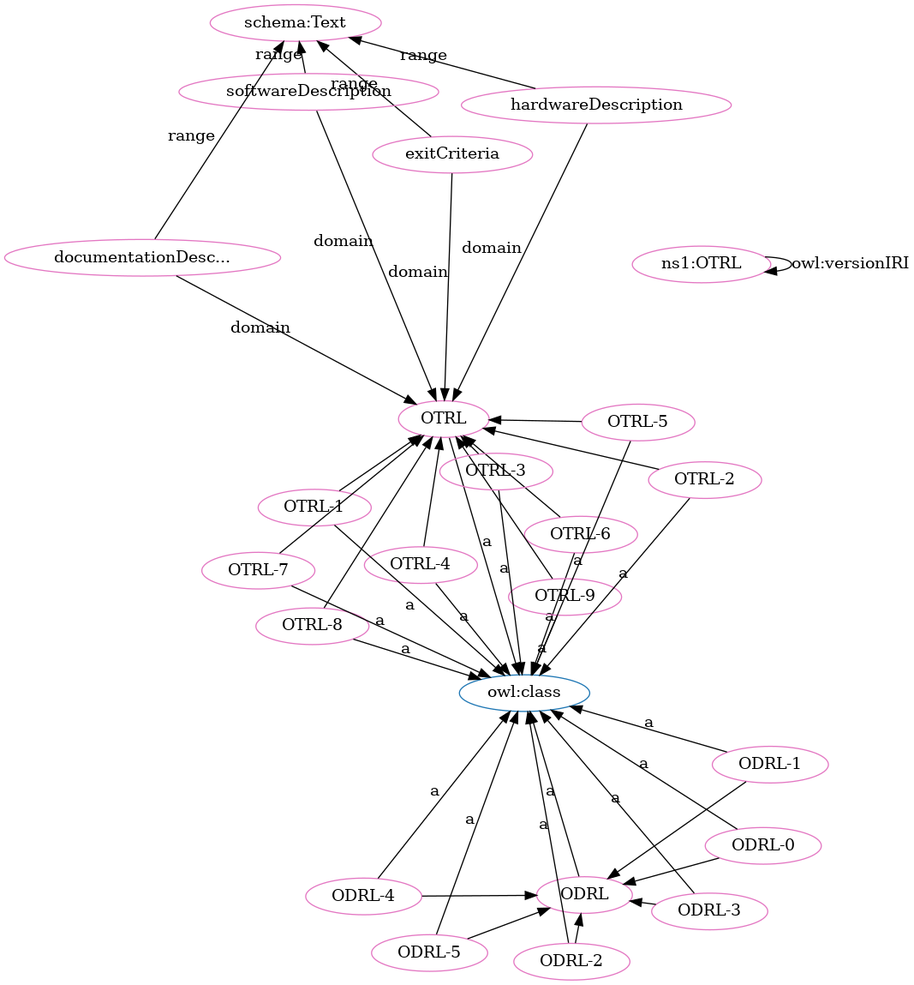
OPEN-NEXT/OKH-LOSH keeps this Graphviz diagram as OTRL-clean.png. Above is the earlier version. Its source is kept beside it as OTRL-clean.dot.
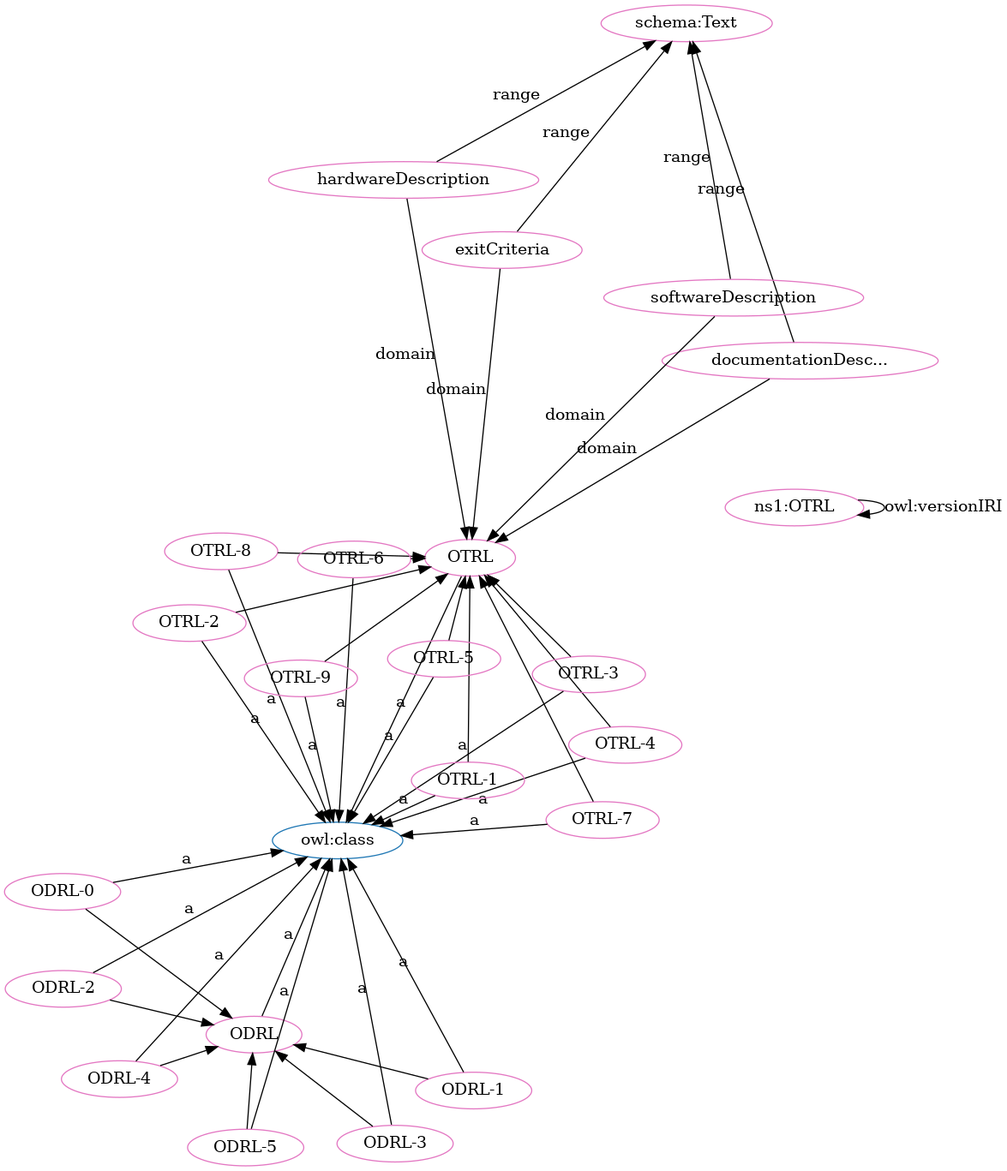
The same diagram one commit later.

What changed in the source:
```diff
@@ -4,68 +4,68 @@
 "http://www.w3.org/2002/07/owl#class" [fillcolor="#1f77b4" color="#1f77b4" label="owl:class"]
 "http://purl.org/oseg/ontologies/OTRL#OTRL" [fillcolor="#1f77b4" color="#1f77b4" label="OTRL"]
 "http://purl.org/oseg/ontologies/OTRL#ODRL" [fillcolor="#1f77b4" color="#1f77b4" label="ODRL"]
+"http://purl.org/oseg/ontologies/OTRL#OTRL" [fillcolor="#e377c2" color="#e377c2" label="OTRL"]
 "http://purl.org/oseg/ontologies/OTRL#exitCriteria" [fillcolor="#e377c2" color="#e377c2" label="exitCriteria"]
-"http://purl.org/oseg/ontologies/OTRL#OTRL" [fillcolor="#e377c2" color="#e377c2" label="OTRL"]
+"http://purl.org/oseg/ontologies/OTRL#ODRL" [fillcolor="#e377c2" color="#e377c2" label="ODRL"]
+"http://purl.org/oseg/ontologies/OTRL#OTRL-7" [fillcolor="#e377c2" color="#e377c2" label="OTRL-7"]
+"http://purl.org/oseg/ontologies/OTRL#ODRL-2" [fillcolor="#e377c2" color="#e377c2" label="ODRL-2"]
+"http://purl.org/oseg/ontologies/OTRL#documentationDescription" [fillcolor="#e377c2" color="#e377c2" label="documentationDesc..."]
+"http://schema.org/Text" [fillcolor="#e377c2" color="#e377c2" label="schema:Text"]
+"http://purl.org/oseg/ontologies/OTRL" [fillcolor="#e377c2" color="#e377c2" label="ns1:OTRL"]
+"http://purl.org/oseg/ontologies/OTRL#ODRL-1" [fillcolor="#e377c2" color="#e377c2" label="ODRL-1"]
+"http://purl.org/oseg/ontologies/OTRL#OTRL-4" [fillcolor="#e377c2" color="#e377c2" label="OTRL-4"]
+"http://purl.org/oseg/ontologies/OTRL#hardwareDescription" [fillcolor="#e377c2" color="#e377c2" label="hardwareDescription"]
 "http://purl.org/oseg/ontologies/OTRL#ODRL-0" [fillcolor="#e377c2" color="#e377c2" label="ODRL-0"]
-"http://purl.org/oseg/ontologies/OTRL" [fillcolor="#e377c2" color="#e377c2" label="ns1:OTRL"]
-"http://purl.org/oseg/ontologies/OTRL#ODRL" [fillcolor="#e377c2" color="#e377c2" label="ODRL"]
-"http://purl.org/oseg/ontologies/OTRL#OTRL-4" [fillcolor="#e377c2" color="#e377c2" label="OTRL-4"]
+"http://purl.org/oseg/ontologies/OTRL#OTRL-3" [fillcolor="#e377c2" color="#e377c2" label="OTRL-3"]
+"http://purl.org/oseg/ontologies/OTRL#OTRL-1" [fillcolor="#e377c2" color="#e377c2" label="OTRL-1"]
+"http://purl.org/oseg/ontologies/OTRL#OTRL-8" [fillcolor="#e377c2" color="#e377c2" label="OTRL-8"]
+"http://purl.org/oseg/ontologies/OTRL#OTRL-2" [fillcolor="#e377c2" color="#e377c2" label="OTRL-2"]
+"http://purl.org/oseg/ontologies/OTRL#ODRL-3" [fillcolor="#e377c2" color="#e377c2" label="ODRL-3"]
 "http://purl.org/oseg/ontologies/OTRL#OTRL-6" [fillcolor="#e377c2" color="#e377c2" label="OTRL-6"]
-"http://purl.org/oseg/ontologies/OTRL#ODRL-2" [fillcolor="#e377c2" color="#e377c2" label="ODRL-2"]
-"http://purl.org/oseg/ontologies/OTRL#OTRL-8" [fillcolor="#e377c2" color="#e377c2" label="OTRL-8"]
-"http://schema.org/Text" [fillcolor="#e377c2" color="#e377c2" label="schema:Text"]
+"http://purl.org/oseg/ontologies/OTRL#softwareDescription" [fillcolor="#e377c2" color="#e377c2" label="softwareDescription"]
+"http://purl.org/oseg/ontologies/OTRL#OTRL-5" [fillcolor="#e377c2" color="#e377c2" label="OTRL-5"]
 "http://purl.org/oseg/ontologies/OTRL#ODRL-4" [fillcolor="#e377c2" color="#e377c2" label="ODRL-4"]
-"http://purl.org/oseg/ontologies/OTRL#softwareDescription" [fillcolor="#e377c2" color="#e377c2" label="softwareDescription"]
-"http://purl.org/oseg/ontologies/OTRL#ODRL-3" [fillcolor="#e377c2" color="#e377c2" label="ODRL-3"]
-"http://purl.org/oseg/ontologies/OTRL#ODRL-1" [fillcolor="#e377c2" color="#e377c2" label="ODRL-1"]
-"http://purl.org/oseg/ontologies/OTRL#hardwareDescription" [fillcolor="#e377c2" color="#e377c2" label="hardwareDescription"]
-"http://purl.org/oseg/ontologies/OTRL#OTRL-1" [fillcolor="#e377c2" color="#e377c2" label="OTRL-1"]
 "http://purl.org/oseg/ontologies/OTRL#ODRL-5" [fillcolor="#e377c2" color="#e377c2" label="ODRL-5"]
-"http://purl.org/oseg/ontologies/OTRL#documentationDescription" [fillcolor="#e377c2" color="#e377c2" label="documentationDesc..."]
-"http://purl.org/oseg/ontologies/OTRL#OTRL-7" [fillcolor="#e377c2" color="#e377c2" label="OTRL-7"]
 "http://purl.org/oseg/ontologies/OTRL#OTRL-9" [fillcolor="#e377c2" color="#e377c2" label="OTRL-9"]
-"http://purl.org/oseg/ontologies/OTRL#OTRL-3" [fillcolor="#e377c2" color="#e377c2" label="OTRL-3"]
-"http://purl.org/oseg/ontologies/OTRL#OTRL-5" [fillcolor="#e377c2" color="#e377c2" label="OTRL-5"]
-"http://purl.org/oseg/ontologies/OTRL#OTRL-2" [fillcolor="#e377c2" color="#e377c2" label="OTRL-2"]
+  "http://purl.org/oseg/ontologies/OTRL#OTRL-5" -> "http://purl.org/oseg/ontologies/OTRL#OTRL" [label=""]
+  "http://purl.org/oseg/ontologies/OTRL#ODRL-1" -> "http://purl.org/oseg/ontologies/OTRL#ODRL" [label=""]
+  "http://purl.org/oseg/ontologies/OTRL#OTRL-7" -> "http://www.w3.org/2002/07/owl#class" [label="a"]
+  "http://purl.org/oseg/ontologies/OTRL#ODRL-2" -> "http://www.w3.org/2002/07/owl#class" [label="a"]
+  "http://purl.org/oseg/ontologies/OTRL#hardwareDescription" -> "http://schema.org/Text" [label="range"]
+  "http://purl.org/oseg/ontologies/OTRL#ODRL-2" -> "http://purl.org/oseg/ontologies/OTRL#ODRL" [label=""]
   "http://purl.org/oseg/ontologies/OTRL#OTRL-9" -> "http://purl.org/oseg/ontologies/OTRL#OTRL" [label=""]
+  "http://purl.org/oseg/ontologies/OTRL#OTRL-4" -> "http://www.w3.org/2002/07/owl#class" [label="a"]
+  "http://purl.org/oseg/ontologies/OTRL#documentationDescription" -> "http://purl.org/oseg/ontologies/OTRL#OTRL" [label="domain"]
+  "http://purl.org/oseg/ontologies/OTRL#OTRL-7" -> "http://purl.org/oseg/ontologies/OTRL#OTRL" [label=""]
+  "http://purl.org/oseg/ontologies/OTRL#OTRL-2" -> "http://www.w3.org/2002/07/owl#class" [label="a"]
+  "http://purl.org/oseg/ontologies/OTRL#ODRL-3" -> "http://www.w3.org/2002/07/owl#class" [label="a"]
+  "http://purl.org/oseg/ontologies/OTRL#ODRL-0" -> "http://purl.org/oseg/ontologies/OTRL#ODRL" [label=""]
+  "http://purl.org/oseg/ontologies/OTRL#OTRL-6" -> "http://www.w3.org/2002/07/owl#class" [label="a"]
+  "http://purl.org/oseg/ontologies/OTRL#ODRL-4" -> "http://www.w3.org/2002/07/owl#class" [label="a"]
+  "http://purl.org/oseg/ontologies/OTRL#OTRL-1" -> "http://purl.org/oseg/ontologies/OTRL#OTRL" [label=""]
+  "http://purl.org/oseg/ontologies/OTRL#softwareDescription" -> "http://purl.org/oseg/ontologies/OTRL#OTRL" [label="domain"]
+  "http://purl.org/oseg/ontologies/OTRL#OTRL-8" -> "http://purl.org/oseg/ontologies/OTRL#OTRL" [label=""]
+  "http://purl.org/oseg/ontologies/OTRL#ODRL-5" -> "http://www.w3.org/2002/07/owl#class" [label="a"]
+  "http://purl.org/oseg/ontologies/OTRL#OTRL-9" -> "http://www.w3.org/2002/07/owl#class" [label="a"]
+  "http://purl.org/oseg/ontologies/OTRL" -> "http://purl.org/oseg/ontologies/OTRL" [label="owl:versionIRI"]
+  "http://purl.org/oseg/ontologies/OTRL#ODRL-5" -> "http://purl.org/oseg/ontologies/OTRL#ODRL" [label=""]
+  "http://purl.org/oseg/ontologies/OTRL#exitCriteria" -> "http://purl.org/oseg/ontologies/OTRL#OTRL" [label="domain"]
+  "http://purl.org/oseg/ontologies/OTRL#OTRL-2" -> "http://purl.org/oseg/ontologies/OTRL#OTRL" [label=""]
+  "http://purl.org/oseg/ontologies/OTRL#exitCriteria" -> "http://schema.org/Text" [label="range"]
+  "http://purl.org/oseg/ontologies/OTRL#ODRL-1" -> "http://www.w3.org/2002/07/owl#class" [label="a"]
   "http://purl.org/oseg/ontologies/OTRL#ODRL-0" -> "http://www.w3.org/2002/07/owl#class" [label="a"]
-  "http://purl.org/oseg/ontologies/OTRL#OTRL-6" -> "http://www.w3.org/2002/07/owl#class" [label="a"]
-  "http://purl.org/oseg/ontologies/OTRL#ODRL-2" -> "http://www.w3.org/2002/07/owl#class" [label="a"]
-  "http://purl.org/oseg/ontologies/OTRL#OTRL-1" -> "http://purl.org/oseg/ontologies/OTRL#OTRL" [label=""]
-  "http://purl.org/oseg/ontologies/OTRL#documentationDescription" -> "http://purl.org/oseg/ontologies/OTRL#OTRL" [label="domain"]
+  "http://purl.org/oseg/ontologies/OTRL#OTRL-3" -> "http://www.w3.org/2002/07/owl#class" [label="a"]
+  "http://purl.org/oseg/ontologies/OTRL#OTRL-1" -> "http://www.w3.org/2002/07/owl#class" [label="a"]
+  "http://purl.org/oseg/ontologies/OTRL#OTRL-8" -> "http://www.w3.org/2002/07/owl#class" [label="a"]
   "http://purl.org/oseg/ontologies/OTRL#softwareDescription" -> "http://schema.org/Text" [label="range"]
-  "http://purl.org/oseg/ontologies/OTRL#ODRL-4" -> "http://www.w3.org/2002/07/owl#class" [label="a"]
   "http://purl.org/oseg/ontologies/OTRL#OTRL-6" -> "http://purl.org/oseg/ontologies/OTRL#OTRL" [label=""]
-  "http://purl.org/oseg/ontologies/OTRL#ODRL-3" -> "http://www.w3.org/2002/07/owl#class" [label="a"]
+  "http://purl.org/oseg/ontologies/OTRL#OTRL" -> "http://www.w3.org/2002/07/owl#class" [label="a"]
+  "http://purl.org/oseg/ontologies/OTRL#hardwareDescription" -> "http://purl.org/oseg/ontologies/OTRL#OTRL" [label="domain"]
+  "http://purl.org/oseg/ontologies/OTRL#ODRL-3" -> "http://purl.org/oseg/ontologies/OTRL#ODRL" [label=""]
+  "http://purl.org/oseg/ontologies/OTRL#OTRL-5" -> "http://www.w3.org/2002/07/owl#class" [label="a"]
+  "http://purl.org/oseg/ontologies/OTRL#OTRL-4" -> "http://purl.org/oseg/ontologies/OTRL#OTRL" [label=""]
   "http://purl.org/oseg/ontologies/OTRL#OTRL-3" -> "http://purl.org/oseg/ontologies/OTRL#OTRL" [label=""]
-  "http://purl.org/oseg/ontologies/OTRL#ODRL-5" -> "http://purl.org/oseg/ontologies/OTRL#ODRL" [label=""]
-  "http://purl.org/oseg/ontologies/OTRL#OTRL-1" -> "http://www.w3.org/2002/07/owl#class" [label="a"]
-  "http://purl.org/oseg/ontologies/OTRL#softwareDescription" -> "http://purl.org/oseg/ontologies/OTRL#OTRL" [label="domain"]
+  "http://purl.org/oseg/ontologies/OTRL#ODRL" -> "http://www.w3.org/2002/07/owl#class" [label="a"]
   "http://purl.org/oseg/ontologies/OTRL#documentationDescription" -> "http://schema.org/Text" [label="range"]
-  "http://purl.org/oseg/ontologies/OTRL#OTRL-2" -> "http://purl.org/oseg/ontologies/OTRL#OTRL" [label=""]
-  "http://purl.org/oseg/ontologies/OTRL#OTRL-3" -> "http://www.w3.org/2002/07/owl#class" [label="a"]
-  "http://purl.org/oseg/ontologies/OTRL#OTRL-5" -> "http://www.w3.org/2002/07/owl#class" [label="a"]
-  "http://purl.org/oseg/ontologies/OTRL#OTRL-7" -> "http://purl.org/oseg/ontologies/OTRL#OTRL" [label=""]
-  "http://purl.org/oseg/ontologies/OTRL#exitCriteria" -> "http://schema.org/Text" [label="range"]
-  "http://purl.org/oseg/ontologies/OTRL#OTRL-2" -> "http://www.w3.org/2002/07/owl#class" [label="a"]
-  "http://purl.org/oseg/ontologies/OTRL#hardwareDescription" -> "http://schema.org/Text" [label="range"]
-  "http://purl.org/oseg/ontologies/OTRL" -> "http://purl.org/oseg/ontologies/OTRL" [label="owl:versionIRI"]
-  "http://purl.org/oseg/ontologies/OTRL#ODRL-1" -> "http://purl.org/oseg/ontologies/OTRL#ODRL" [label=""]
-  "http://purl.org/oseg/ontologies/OTRL#OTRL-4" -> "http://www.w3.org/2002/07/owl#class" [label="a"]
-  "http://purl.org/oseg/ontologies/OTRL#exitCriteria" -> "http://purl.org/oseg/ontologies/OTRL#OTRL" [label="domain"]
-  "http://purl.org/oseg/ontologies/OTRL#OTRL-5" -> "http://purl.org/oseg/ontologies/OTRL#OTRL" [label=""]
-  "http://purl.org/oseg/ontologies/OTRL#hardwareDescription" -> "http://purl.org/oseg/ontologies/OTRL#OTRL" [label="domain"]
-  "http://purl.org/oseg/ontologies/OTRL#ODRL-2" -> "http://purl.org/oseg/ontologies/OTRL#ODRL" [label=""]
-  "http://purl.org/oseg/ontologies/OTRL#OTRL-8" -> "http://www.w3.org/2002/07/owl#class" [label="a"]
-  "http://purl.org/oseg/ontologies/OTRL#OTRL-4" -> "http://purl.org/oseg/ontologies/OTRL#OTRL" [label=""]
-  "http://purl.org/oseg/ontologies/OTRL#ODRL-3" -> "http://purl.org/oseg/ontologies/OTRL#ODRL" [label=""]
-  "http://purl.org/oseg/ontologies/OTRL#ODRL-0" -> "http://purl.org/oseg/ontologies/OTRL#ODRL" [label=""]
-  "http://purl.org/oseg/ontologies/OTRL#ODRL-1" -> "http://www.w3.org/2002/07/owl#class" [label="a"]
-  "http://purl.org/oseg/ontologies/OTRL#ODRL-5" -> "http://www.w3.org/2002/07/owl#class" [label="a"]
-  "http://purl.org/oseg/ontologies/OTRL#OTRL-8" -> "http://purl.org/oseg/ontologies/OTRL#OTRL" [label=""]
-  "http://purl.org/oseg/ontologies/OTRL#OTRL-7" -> "http://www.w3.org/2002/07/owl#class" [label="a"]
-  "http://purl.org/oseg/ontologies/OTRL#OTRL-9" -> "http://www.w3.org/2002/07/owl#class" [label="a"]
-  "http://purl.org/oseg/ontologies/OTRL#OTRL" -> "http://www.w3.org/2002/07/owl#class" [label="a"]
-  "http://purl.org/oseg/ontologies/OTRL#ODRL" -> "http://www.w3.org/2002/07/owl#class" [label="a"]
   "http://purl.org/oseg/ontologies/OTRL#ODRL-4" -> "http://purl.org/oseg/ontologies/OTRL#ODRL" [label=""]
 }
```
